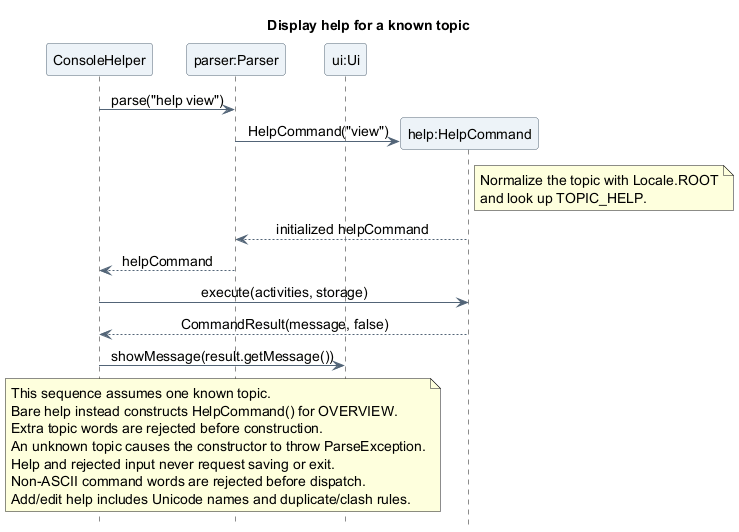
Above: docs/images/atharva/sequence/TopicHelpSequence.png in AY2627S1-CS2113-T10-4/tp (PlantUML), before the change.
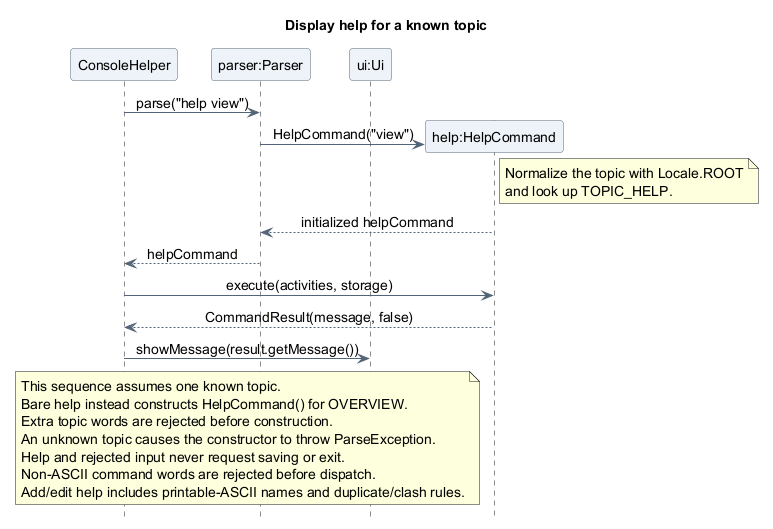
After the commit.

Diff of the diagram source:
```diff
@@ -34,6 +34,6 @@
   An unknown topic causes the constructor to throw ParseException.
   Help and rejected input never request saving or exit.
   Non-ASCII command words are rejected before dispatch.
-  Add/edit help includes Unicode names and duplicate/clash rules.
+  Add/edit help includes printable-ASCII names and duplicate/clash rules.
 end note
 @enduml
```
